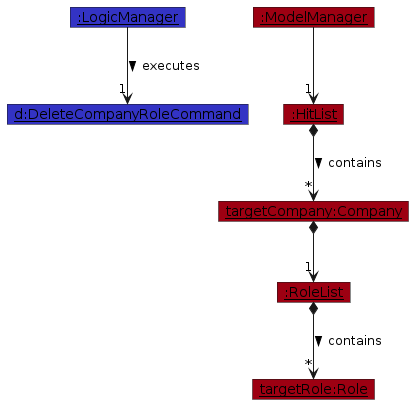
Before: diagrams/delete-role/RoleDeleteExecution.png, a diagram exported from PlantUML (AY2526S2-CS2103T-W11-2/tp). Its source is kept beside it as diagrams/delete-role/RoleDeleteExecution.puml. The source it was exported from:
```plantuml
@startuml
!include ../style.puml
skinparam ArrowFontStyle plain

show objects

object "<u>:LogicManager</u>" as LogicManager LOGIC_COLOR
object "<u>d:DeleteCompanyRoleCommand</u>" as Command LOGIC_COLOR
object "<u>:ModelManager</u>" as ModelManager MODEL_COLOR
object "<u>:HitList</u>" as HitList MODEL_COLOR
object "<u>targetCompany:Company</u>" as Company MODEL_COLOR
object "<u>:RoleList</u>" as RoleList MODEL_COLOR
object "<u>targetRole:Role</u>" as Role MODEL_COLOR

LogicManager --> "1" Command : executes >
ModelManager --> "1" HitList
HitList *--> "*" Company : contains >
Company *--> "1" RoleList
RoleList *--> "*" Role : contains >

Command : targetCompanyName = "Google"
Command : targetRoleName = "Software Engineer"
Company : name = "Google"
Role : name = "Software Engineer"
@enduml
```
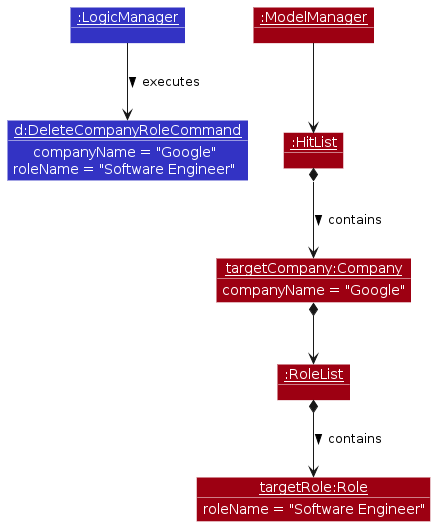
Above is the later version.

The edit, as a diff of the source:
```diff
@@ -2,7 +2,13 @@
 !include ../style.puml
 skinparam ArrowFontStyle plain
 
+skinparam shadowing false
+skinparam ObjectFontColor #FFFFFF
+skinparam ObjectAttributeFontColor #FFFFFF
+skinparam ObjectBorderColor #FFFFFF
+
 show objects
+show members
 
 object "<u>:LogicManager</u>" as LogicManager LOGIC_COLOR
 object "<u>d:DeleteCompanyRoleCommand</u>" as Command LOGIC_COLOR
@@ -12,14 +18,14 @@
 object "<u>:RoleList</u>" as RoleList MODEL_COLOR
 object "<u>targetRole:Role</u>" as Role MODEL_COLOR
 
-LogicManager --> "1" Command : executes >
-ModelManager --> "1" HitList
-HitList *--> "*" Company : contains >
-Company *--> "1" RoleList
-RoleList *--> "*" Role : contains >
+LogicManager --> Command : executes >
+ModelManager --> HitList
+HitList *--> Company : contains >
+Company *--> RoleList
+RoleList *--> Role : contains >
 
-Command : targetCompanyName = "Google"
-Command : targetRoleName = "Software Engineer"
-Company : name = "Google"
-Role : name = "Software Engineer"
+Command : companyName = "Google"
+Command : roleName = "Software Engineer"
+Company : companyName = "Google"
+Role : roleName = "Software Engineer"
 @enduml
```
